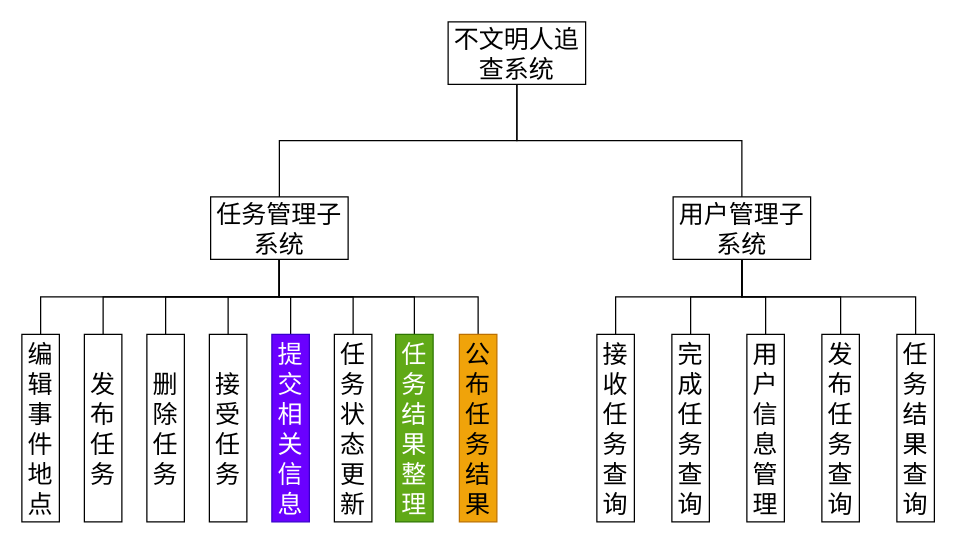
Before: 系统框架.drawio in SSSSiren/Photos, a draw.io diagram. Source tidied: cells renumbered, new cells numbered last; positions are measured from the earlier drawing's top-left corner, leaving out a move shared by most shapes. Both pictures are drawn from the tidied source at 125%, with x=0, y=0 at pixel (21, 21).
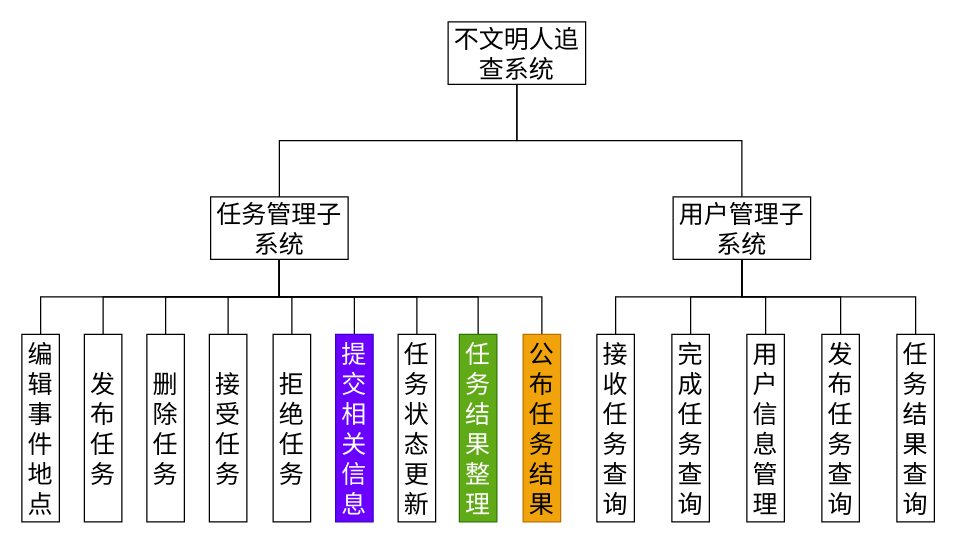
The same diagram, later.

Commit message (it also covers changes not shown here):
更新系统框架.drawio

Unchanged cells that the change refers to:
```xml
<mxCell id="13" value="任务管理子系统" style="html=1;whiteSpace=wrap;fontSize=20;" parent="1" vertex="1">
  <mxGeometry x="151" y="140" width="110" height="50" as="geometry" />
</mxCell>
```

Change to the diagram source:
```diff
@@
+    <mxCell id="33" style="edgeStyle=orthogonalEdgeStyle;rounded=0;jettySize=auto;html=1;exitX=0.5;exitY=1;exitDx=0;exitDy=0;entryX=0.5;entryY=0;entryDx=0;entryDy=0;endArrow=none;endFill=0;" parent="1" edge="1" source="13" target="34">
+      <mxGeometry relative="1" as="geometry" />
+    </mxCell>
@@
     <mxCell id="23" value="提交相关信息" style="html=1;whiteSpace=wrap;fontSize=20;fillColor=#6a00ff;fontColor=#ffffff;strokeColor=#3700CC;" parent="1" vertex="1">
-      <mxGeometry x="200" y="250" width="30" height="150" as="geometry" />
+      <mxGeometry x="251" y="250" width="30" height="150" as="geometry" />
     </mxCell>
     <mxCell id="24" value="任务状态更新" style="html=1;whiteSpace=wrap;fontSize=20;" parent="1" vertex="1">
-      <mxGeometry x="250" y="250" width="30" height="150" as="geometry" />
+      <mxGeometry x="301" y="250" width="30" height="150" as="geometry" />
     </mxCell>
     <mxCell id="25" value="任务结果整理" style="html=1;whiteSpace=wrap;fontSize=20;fillColor=#60a917;fontColor=#ffffff;strokeColor=#2D7600;" parent="1" vertex="1">
-      <mxGeometry x="299" y="250" width="30" height="150" as="geometry" />
+      <mxGeometry x="350" y="250" width="30" height="150" as="geometry" />
     </mxCell>
     <mxCell id="26" value="公布任务结果" style="html=1;whiteSpace=wrap;fontSize=20;fillColor=#f0a30a;fontColor=#000000;strokeColor=#BD7000;" parent="1" vertex="1">
-      <mxGeometry x="350" y="250" width="30" height="150" as="geometry" />
+      <mxGeometry x="401" y="250" width="30" height="150" as="geometry" />
     </mxCell>
@@
+    <mxCell id="34" value="拒绝任务" style="html=1;whiteSpace=wrap;fontSize=20;" parent="1" vertex="1">
+      <mxGeometry x="201" y="250" width="30" height="150" as="geometry" />
+    </mxCell>
```
